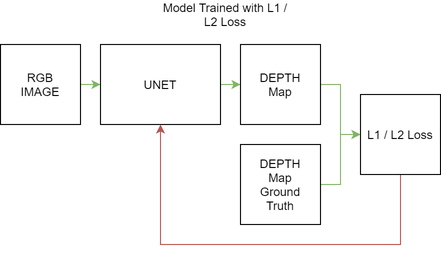
Before: figures/Unetl2.png, a diagram exported from draw.io (AtharvBhat/EstimateDepth). Source tidied: cells renumbered, new cells last; positions are measured from the earlier drawing's top-left corner, leaving out a move shared by most shapes.
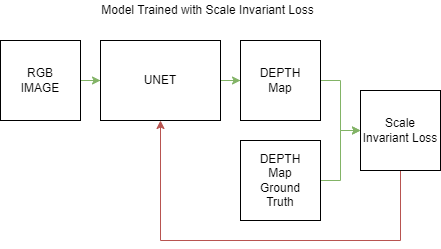
The same file after the commit.

What changed in the source:
```diff
@@ -37,11 +37,11 @@
         </Array>
       </mxGeometry>
     </mxCell>
-    <mxCell id="12" value="L1 / L2 Loss" style="whiteSpace=wrap;html=1;" parent="1" vertex="1">
+    <mxCell id="12" value="Scale Invariant Loss" style="whiteSpace=wrap;html=1;" parent="1" vertex="1">
       <mxGeometry x="360" y="90" width="80" height="80" as="geometry" />
     </mxCell>
-    <mxCell id="13" value="Model Trained with L1 / L2 Loss" style="text;html=1;strokeColor=none;fillColor=none;align=center;verticalAlign=middle;whiteSpace=wrap;rounded=0;" parent="1" vertex="1">
-      <mxGeometry x="155" width="140" height="20" as="geometry" />
+    <mxCell id="13" value="Model Trained with Scale Invariant Loss" style="text;html=1;strokeColor=none;fillColor=none;align=center;verticalAlign=middle;whiteSpace=wrap;rounded=0;" parent="1" vertex="1">
+      <mxGeometry x="80" width="255" height="20" as="geometry" />
     </mxCell>
   </root>
 </mxGraphModel>
```
